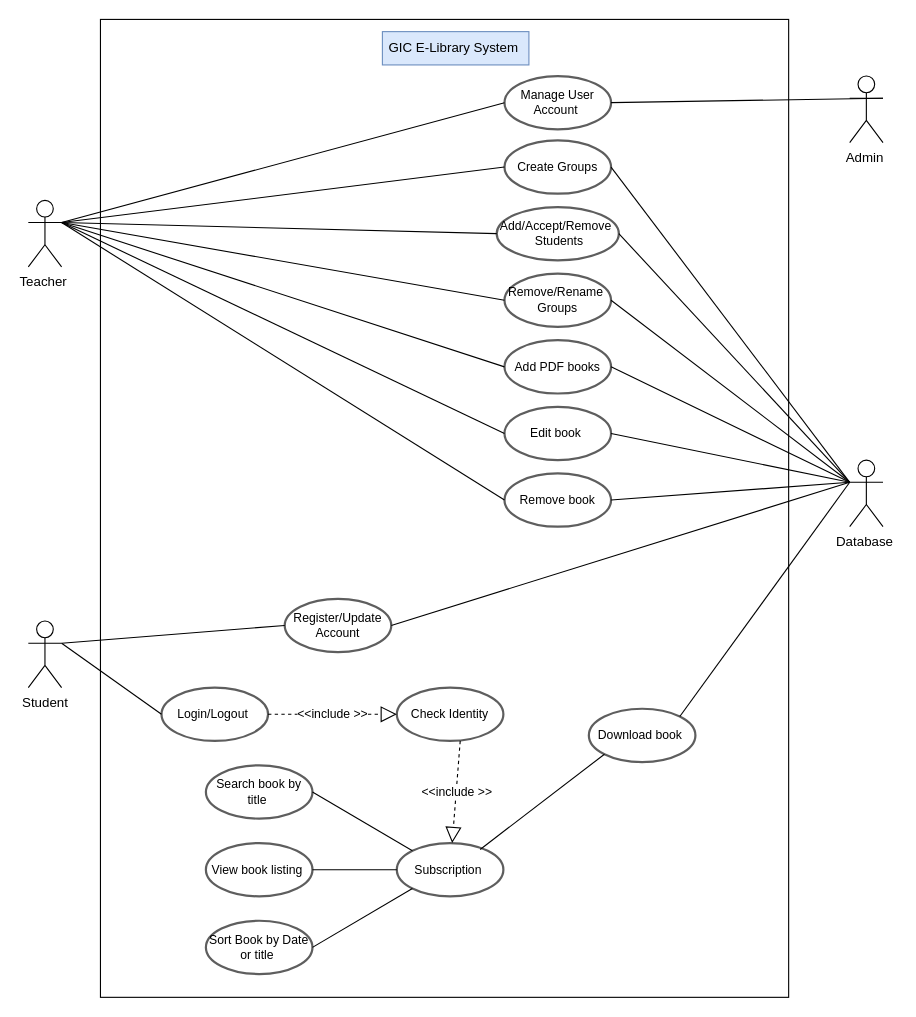
Phearun2020/Appsimple keeps this draw.io diagram as ATM Diagram.drawio. Above is the earlier version. Source tidied: cells renumbered, new cells numbered last; positions are measured from the earlier drawing's top-left corner, leaving out a move shared by most shapes. Both pictures are drawn from the tidied source at 111%, with x=0, y=0 at pixel (28, 19).
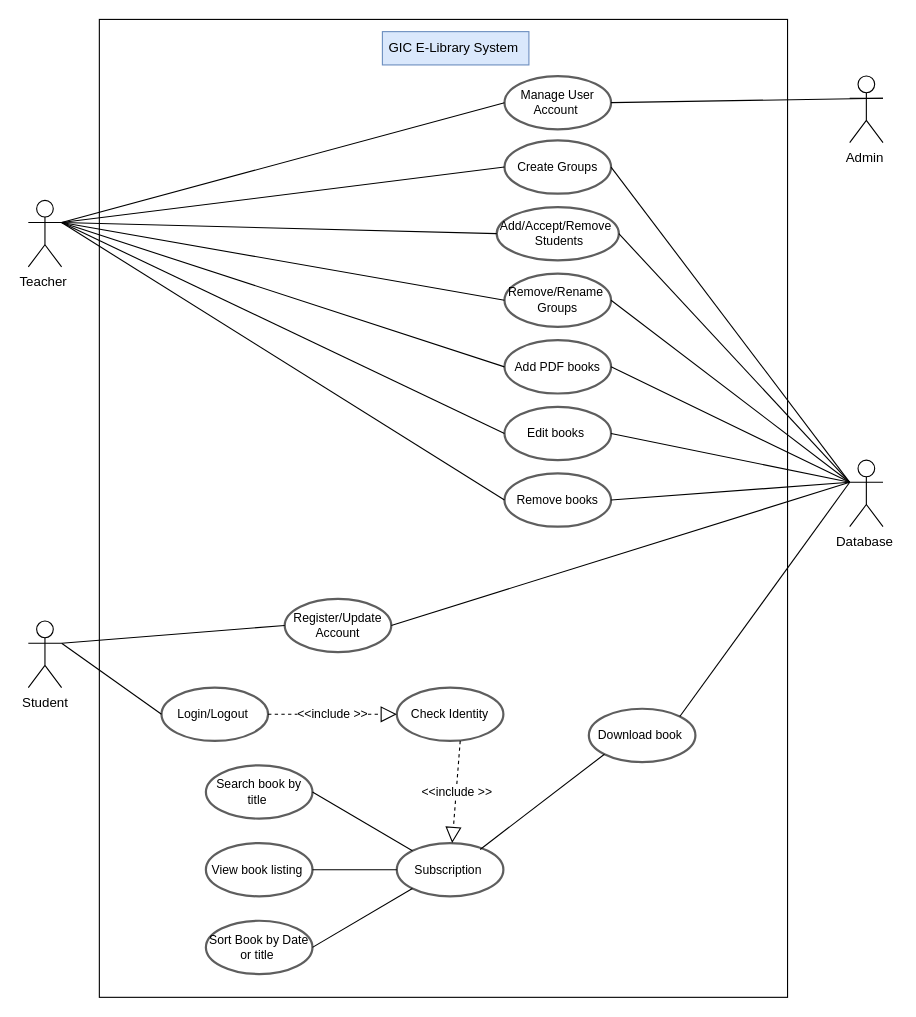
The same page after the edit.

The edit, as a diff of the source:
```diff
@@
     <mxCell id="2" style="whiteSpace=wrap;html=1;" parent="1" vertex="1">
-      <mxGeometry x="65" width="620" height="881" as="geometry" />
+      <mxGeometry x="64" width="620" height="881" as="geometry" />
     </mxCell>
@@
-    <mxCell id="15" value="Edit book&amp;nbsp;" style="html=1;overflow=block;whiteSpace=wrap;ellipse;whiteSpace=wrap;fontSize=11;spacing=3;strokeColor=#5e5e5e;strokeOpacity=100;rounded=1;absoluteArcSize=1;arcSize=7;strokeWidth=2;" parent="1" vertex="1">
+    <mxCell id="15" value="Edit books&amp;nbsp;" style="html=1;overflow=block;whiteSpace=wrap;ellipse;whiteSpace=wrap;fontSize=11;spacing=3;strokeColor=#5e5e5e;strokeOpacity=100;rounded=1;absoluteArcSize=1;arcSize=7;strokeWidth=2;" parent="1" vertex="1">
       <mxGeometry x="429" y="349" width="96" height="48" as="geometry" />
     </mxCell>
@@
-    <mxCell id="33" value="Remove book" style="html=1;overflow=block;whiteSpace=wrap;ellipse;whiteSpace=wrap;fontSize=11;spacing=3;strokeColor=#5e5e5e;strokeOpacity=100;rounded=1;absoluteArcSize=1;arcSize=7;strokeWidth=2;" parent="1" vertex="1">
+    <mxCell id="33" value="Remove books" style="html=1;overflow=block;whiteSpace=wrap;ellipse;whiteSpace=wrap;fontSize=11;spacing=3;strokeColor=#5e5e5e;strokeOpacity=100;rounded=1;absoluteArcSize=1;arcSize=7;strokeWidth=2;" parent="1" vertex="1">
       <mxGeometry x="429" y="409" width="96" height="48" as="geometry" />
     </mxCell>
```
